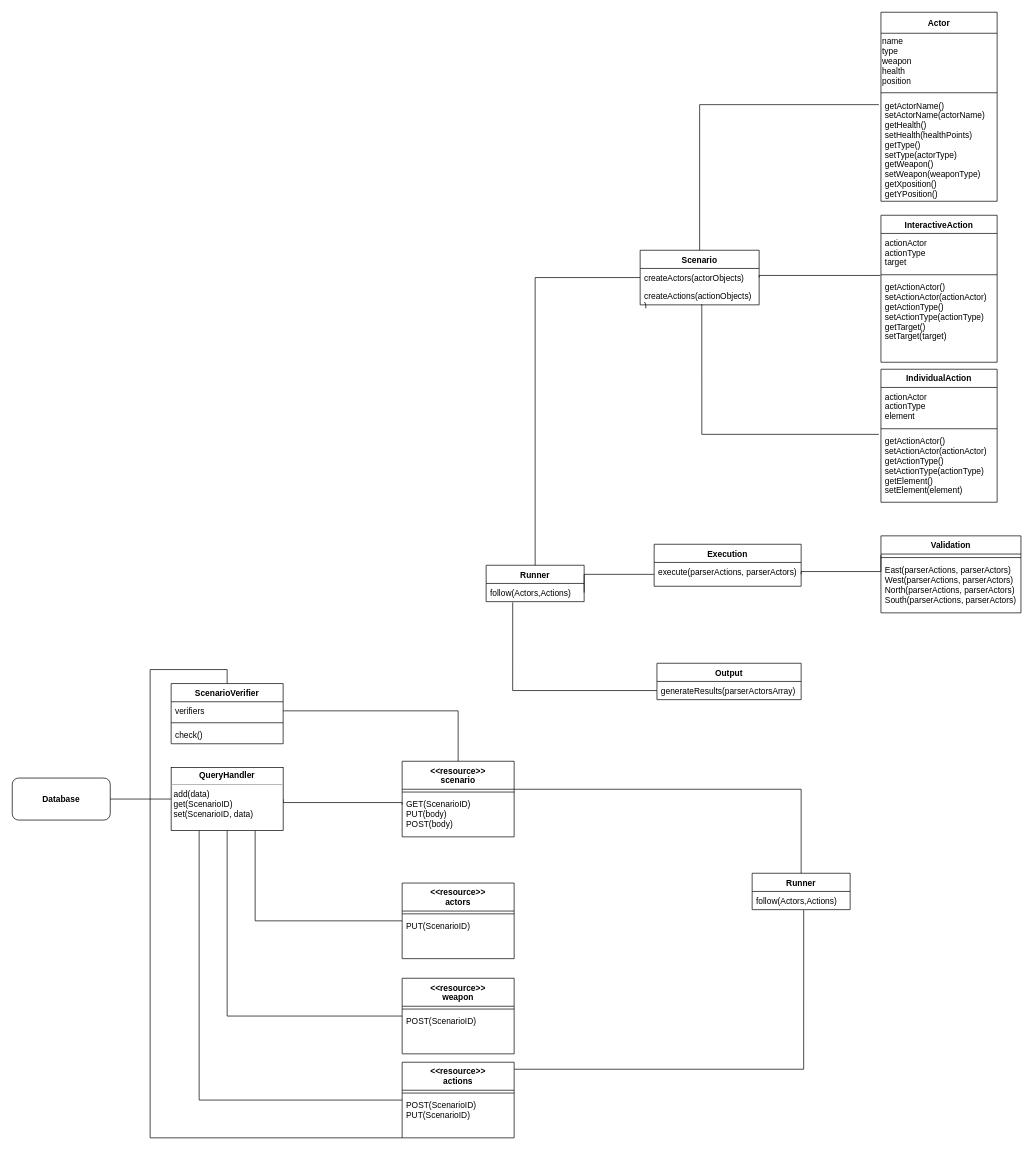
fjcoding/AT-BC-LAT-01 keeps this draw.io diagram as src/Diagram.drawio. Above is the earlier version. Source tidied: cells renumbered, new cells numbered last; positions are measured from the earlier drawing's top-left corner, leaving out a move shared by most shapes. Both pictures are drawn from the tidied source at 70%, with x=0, y=0 at pixel (12, 12).
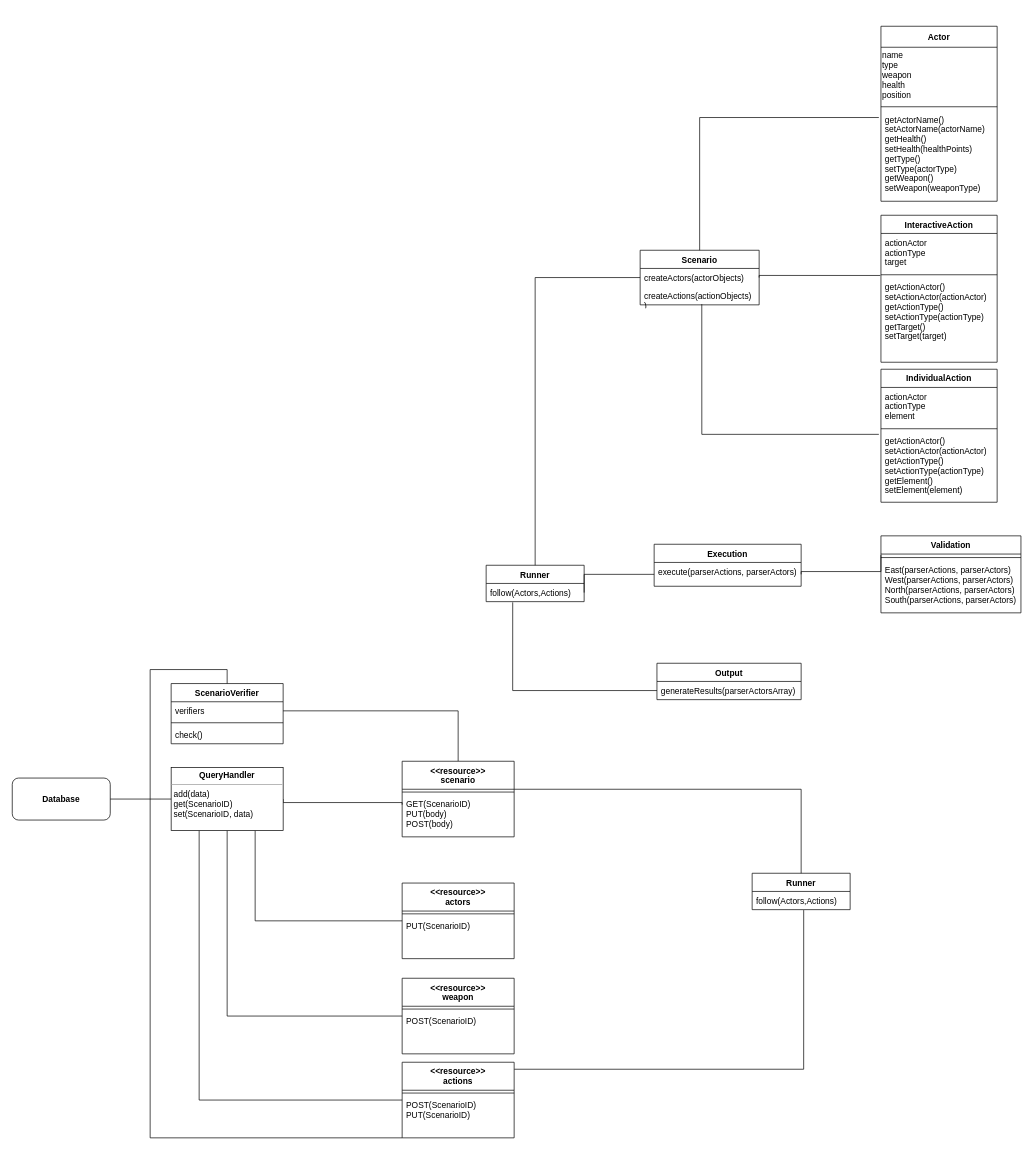
After the change.

Commit message:
adding changes on class diagram

Diff of the diagram source:
```diff
@@
     <mxCell id="5" value="Actor" style="swimlane;fontStyle=1;horizontal=1;startSize=30;swimlaneFillColor=none;" parent="1" vertex="1">
-      <mxGeometry x="1241" width="166" height="270" as="geometry" />
+      <mxGeometry x="1241" y="20" width="166" height="250" as="geometry" />
     </mxCell>
@@
-    <mxCell id="8" value="getActorName()&#10;setActorName(actorName)&#10;getHealth()&#10;setHealth(healthPoints)&#10;getType()&#10;setType(actorType)&#10;getWeapon()&#10;setWeapon(weaponType)&#10;getXposition()&#10;getYPosition()" style="text;align=left;verticalAlign=top;spacingLeft=4;spacingRight=4;overflow=hidden;points=[[0,0.5],[1,0.5]];portConstraint=eastwest;" parent="5" vertex="1">
-      <mxGeometry y="120" width="166" height="150" as="geometry" />
+    <mxCell id="8" value="getActorName()&#10;setActorName(actorName)&#10;getHealth()&#10;setHealth(healthPoints)&#10;getType()&#10;setType(actorType)&#10;getWeapon()&#10;setWeapon(weaponType)" style="text;align=left;verticalAlign=top;spacingLeft=4;spacingRight=4;overflow=hidden;points=[[0,0.5],[1,0.5]];portConstraint=eastwest;" parent="5" vertex="1">
+      <mxGeometry y="120" width="166" height="130" as="geometry" />
     </mxCell>
```
